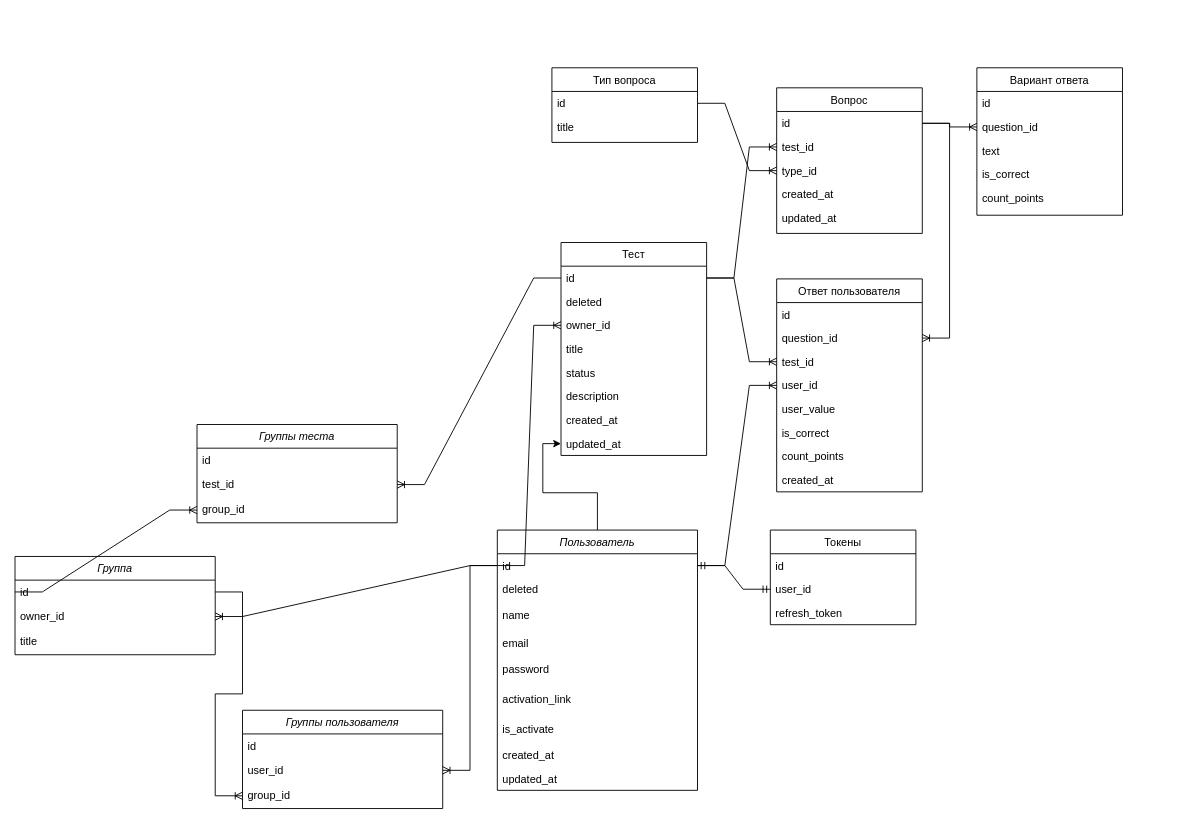
lenaezhova/test-master-java keeps this draw.io diagram as server/schema.drawio. Above is the earlier version. Source tidied: cells renumbered, new cells numbered last; positions are measured from the earlier drawing's top-left corner, leaving out a move shared by most shapes. Both pictures are drawn from the tidied source at 91%, with x=0, y=0 at pixel (15, 67).
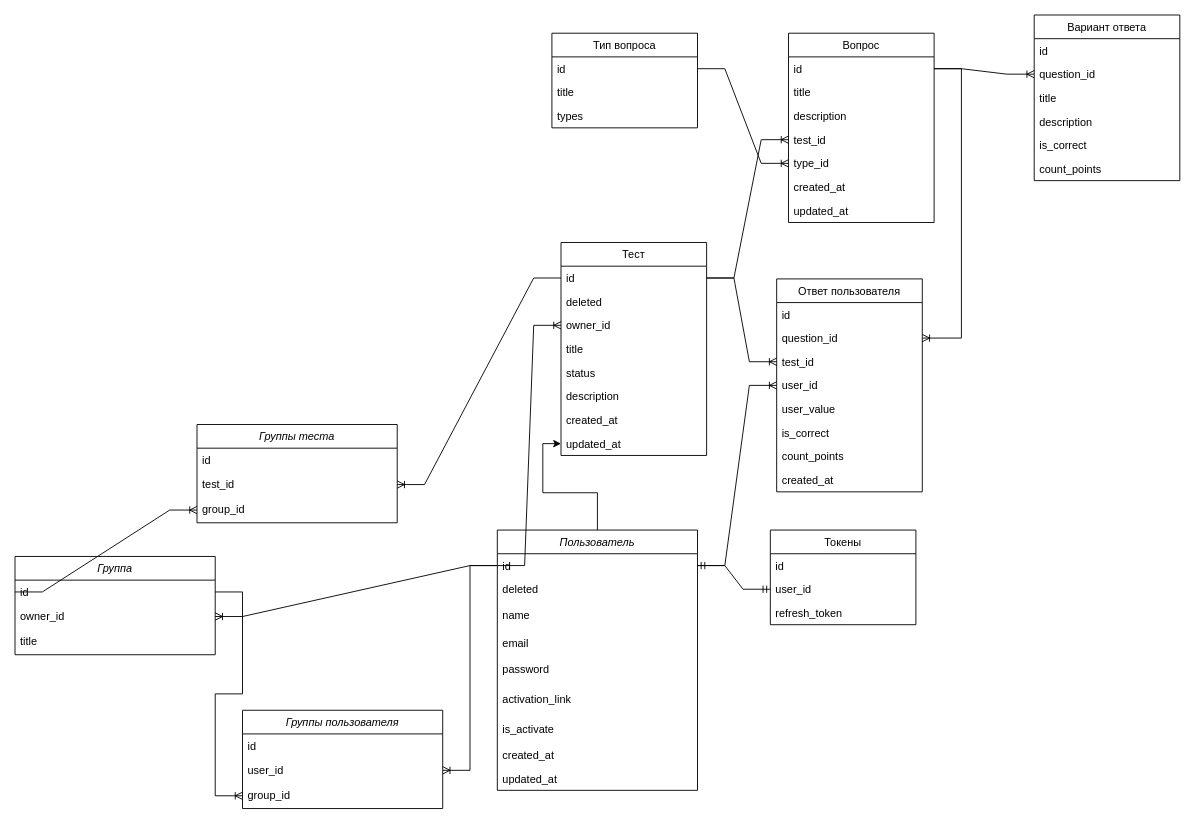
Above is the later version.

Change to the diagram source:
```diff
@@
     <mxCell id="23" value="Вопрос" style="swimlane;fontStyle=0;align=center;verticalAlign=top;horizontal=1;startSize=26;rounded=0;shadow=0;strokeWidth=1;" parent="1" vertex="1">
-      <mxGeometry x="837" y="22" width="160" height="160" as="geometry" />
+      <mxGeometry x="850" y="-38" width="160" height="208" as="geometry" />
     </mxCell>
@@
+    <mxCell id="79" value="title" style="text;align=left;verticalAlign=top;spacingLeft=4;spacingRight=4;overflow=hidden;rounded=0;shadow=0;html=0;" parent="23" vertex="1">
+      <mxGeometry y="52" width="160" height="26" as="geometry" />
+    </mxCell>
+    <mxCell id="80" value="description" style="text;align=left;verticalAlign=top;spacingLeft=4;spacingRight=4;overflow=hidden;rounded=0;shadow=0;html=0;" parent="23" vertex="1">
+      <mxGeometry y="78" width="160" height="26" as="geometry" />
+    </mxCell>
     <mxCell id="25" value="test_id" style="text;align=left;verticalAlign=top;spacingLeft=4;spacingRight=4;overflow=hidden;points=[[0,0.5],[1,0.5]];portConstraint=eastwest;rounded=0;shadow=0;html=0;" parent="23" vertex="1">
-      <mxGeometry y="52" width="160" height="26" as="geometry" />
+      <mxGeometry y="104" width="160" height="26" as="geometry" />
     </mxCell>
     <mxCell id="26" value="type_id" style="text;align=left;verticalAlign=top;spacingLeft=4;spacingRight=4;overflow=hidden;points=[[0,0.5],[1,0.5]];portConstraint=eastwest;rounded=0;shadow=0;html=0;" parent="23" vertex="1">
-      <mxGeometry y="78" width="160" height="26" as="geometry" />
+      <mxGeometry y="130" width="160" height="26" as="geometry" />
     </mxCell>
     <mxCell id="27" value="created_at" style="text;align=left;verticalAlign=top;spacingLeft=4;spacingRight=4;overflow=hidden;rounded=0;shadow=0;html=0;" parent="23" vertex="1">
-      <mxGeometry y="104" width="160" height="26" as="geometry" />
+      <mxGeometry y="156" width="160" height="26" as="geometry" />
     </mxCell>
     <mxCell id="28" value="updated_at" style="text;align=left;verticalAlign=top;spacingLeft=4;spacingRight=4;overflow=hidden;rounded=0;shadow=0;html=0;" parent="23" vertex="1">
-      <mxGeometry y="130" width="160" height="26" as="geometry" />
+      <mxGeometry y="182" width="160" height="26" as="geometry" />
     </mxCell>
@@
     <mxCell id="47" value="Вариант ответа" style="swimlane;fontStyle=0;align=center;verticalAlign=top;horizontal=1;startSize=26;rounded=0;shadow=0;strokeWidth=1;" parent="1" vertex="1">
-      <mxGeometry x="1057" width="160" height="162" as="geometry" />
+      <mxGeometry x="1120" y="-58" width="160" height="182" as="geometry" />
     </mxCell>
@@
+    <mxCell id="81" value="title" style="text;align=left;verticalAlign=top;spacingLeft=4;spacingRight=4;overflow=hidden;rounded=0;shadow=0;html=0;" parent="47" vertex="1">
+      <mxGeometry y="78" width="160" height="26" as="geometry" />
+    </mxCell>
-    <mxCell id="50" value="text" style="text;align=left;verticalAlign=top;spacingLeft=4;spacingRight=4;overflow=hidden;rounded=0;shadow=0;html=0;" parent="47" vertex="1">
-      <mxGeometry y="78" width="160" height="26" as="geometry" />
+    <mxCell id="50" value="description" style="text;align=left;verticalAlign=top;spacingLeft=4;spacingRight=4;overflow=hidden;rounded=0;shadow=0;html=0;" parent="47" vertex="1">
+      <mxGeometry y="104" width="160" height="26" as="geometry" />
     </mxCell>
     <mxCell id="51" value="is_correct" style="text;align=left;verticalAlign=top;spacingLeft=4;spacingRight=4;overflow=hidden;rounded=0;shadow=0;html=0;" parent="47" vertex="1">
-      <mxGeometry y="104" width="160" height="26" as="geometry" />
+      <mxGeometry y="130" width="160" height="26" as="geometry" />
     </mxCell>
     <mxCell id="52" value="count_points" style="text;align=left;verticalAlign=top;spacingLeft=4;spacingRight=4;overflow=hidden;rounded=0;shadow=0;html=0;" parent="47" vertex="1">
-      <mxGeometry y="130" width="160" height="26" as="geometry" />
+      <mxGeometry y="156" width="160" height="26" as="geometry" />
     </mxCell>
     <mxCell id="53" value="Тип вопроса" style="swimlane;fontStyle=0;align=center;verticalAlign=top;horizontal=1;startSize=26;rounded=0;shadow=0;strokeWidth=1;" parent="1" vertex="1">
-      <mxGeometry x="590" width="160" height="82" as="geometry" />
+      <mxGeometry x="590" y="-38" width="160" height="104" as="geometry" />
     </mxCell>
@@
+    <mxCell id="82" value="types" style="text;align=left;verticalAlign=top;spacingLeft=4;spacingRight=4;overflow=hidden;rounded=0;shadow=0;html=0;" parent="53" vertex="1">
+      <mxGeometry y="78" width="160" height="26" as="geometry" />
+    </mxCell>
```
